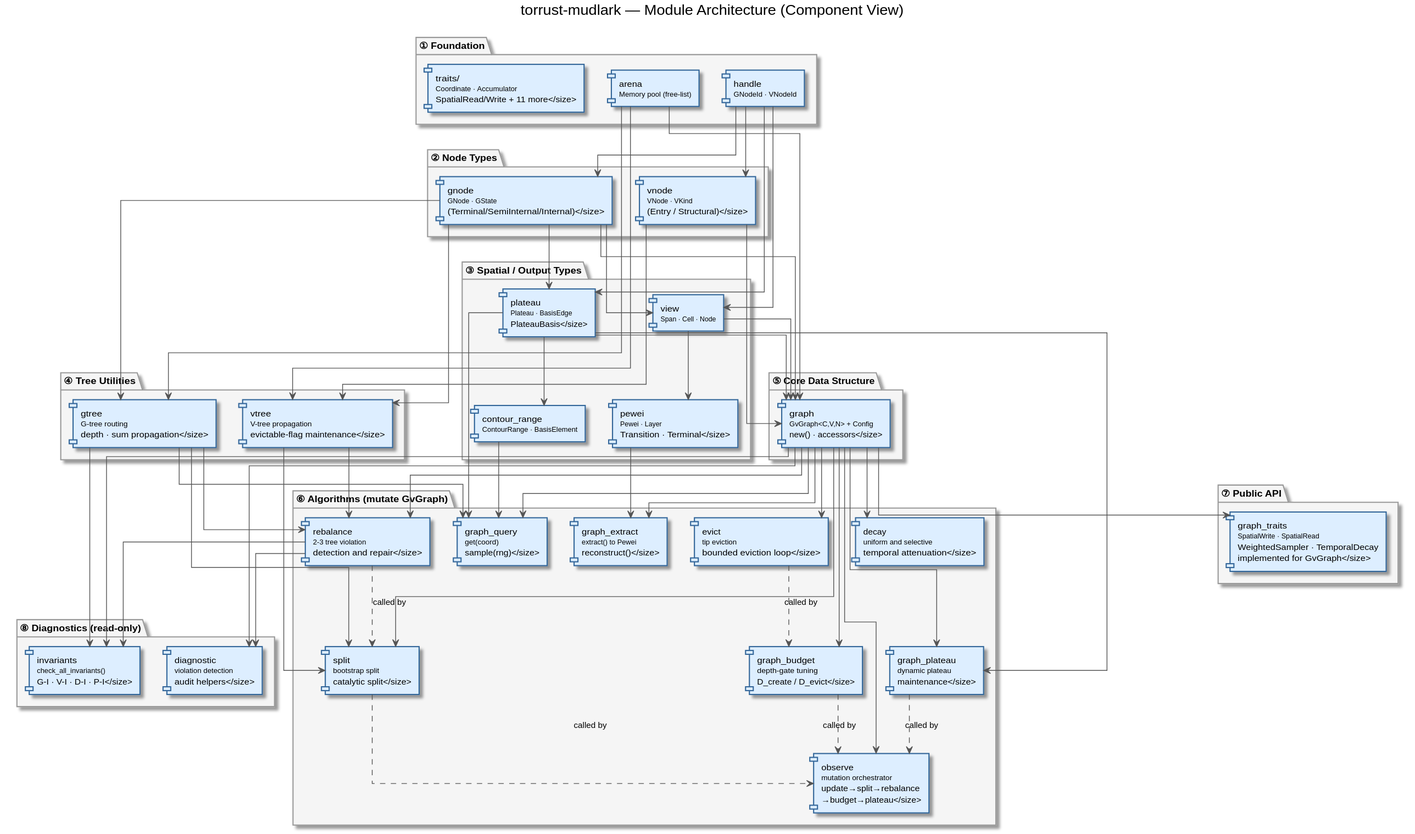
Before: docs/component-architecture.svg, a diagram exported from PlantUML (josecelano/torrust-index). The source it was exported from:
```plantuml
@startuml component-architecture
title torrust-mudlark — Module Architecture (Component View)

skinparam componentStyle rectangle
skinparam packageStyle rectangle
skinparam backgroundColor #FFFFFF
skinparam component {
    BackgroundColor #DDEEFF
    BorderColor #336699
    FontSize 11
}
skinparam package {
    BackgroundColor #F5F5F5
    BorderColor #999999
    FontSize 12
    FontStyle bold
}
skinparam arrow {
    Color #555555
    FontSize 10
}
skinparam linetype ortho

package "① Foundation" {
    [arena\n<size:9>Memory pool (free-list)</size>] as arena
    [handle\n<size:9>GNodeId · VNodeId</size>] as handle
    [traits/\n<size:9>Coordinate · Accumulator\nSpatialRead/Write + 11 more</size>] as traits
}

package "② Node Types" {
    [gnode\n<size:9>GNode · GState\n(Terminal/SemiInternal/Internal)</size>] as gnode
    [vnode\n<size:9>VNode · VKind\n(Entry / Structural)</size>] as vnode
}

package "③ Spatial / Output Types" {
    [view\n<size:9>Span · Cell · Node</size>] as view
    [plateau\n<size:9>Plateau · BasisEdge\nPlateauBasis</size>] as plateau
    [pewei\n<size:9>Pewei · Layer\nTransition · Terminal</size>] as pewei
    [contour_range\n<size:9>ContourRange · BasisElement</size>] as contour_range
}

package "④ Tree Utilities" {
    [gtree\n<size:9>G-tree routing\ndepth · sum propagation</size>] as gtree
    [vtree\n<size:9>V-tree propagation\nevictable-flag maintenance</size>] as vtree
}

package "⑤ Core Data Structure" {
    [graph\n<size:9>GvGraph<C,V,N> + Config\nnew() · accessors</size>] as graph
}

package "⑥ Algorithms  (mutate GvGraph)" {
    [observe\n<size:9>mutation orchestrator\nupdate→split→rebalance\n→budget→plateau</size>] as observe
    [split\n<size:9>bootstrap split\ncatalytic split</size>] as split
    [rebalance\n<size:9>2-3 tree violation\ndetection and repair</size>] as rebalance
    [evict\n<size:9>tip eviction\nbounded eviction loop</size>] as evict
    [decay\n<size:9>uniform and selective\ntemporal attenuation</size>] as decay
    [graph_budget\n<size:9>depth-gate tuning\nD_create / D_evict</size>] as graph_budget
    [graph_plateau\n<size:9>dynamic plateau\nmaintenance</size>] as graph_plateau
    [graph_query\n<size:9>get(coord)\nsample(rng)</size>] as graph_query
    [graph_extract\n<size:9>extract() to Pewei\nreconstruct()</size>] as graph_extract
}

package "⑦ Public API" {
    [graph_traits\n<size:9>SpatialWrite · SpatialRead\nWeightedSampler · TemporalDecay\nimplemented for GvGraph</size>] as graph_traits
}

package "⑧ Diagnostics  (read-only)" {
    [invariants\n<size:9>check_all_invariants()\nG-I · V-I · D-I · P-I</size>] as invariants
    [diagnostic\n<size:9>violation detection\naudit helpers</size>] as diagnostic
}


handle --> gnode
handle --> vnode

gnode --> view
gnode --> plateau
handle --> view
handle --> plateau
view --> pewei
plateau --> contour_range

arena --> gtree
arena --> vtree
gnode --> gtree
gnode --> vtree
vnode --> vtree

arena --> graph
gnode --> graph
vnode --> graph
plateau --> graph
view --> graph

graph --> observe
graph --> split
graph --> rebalance
graph --> evict
graph --> decay
graph --> graph_budget
graph --> graph_plateau
graph --> graph_query
graph --> graph_extract

gtree --> split
gtree --> rebalance
gtree --> graph_query
vtree --> split
vtree --> rebalance
contour_range --> graph_query
plateau --> graph_query
plateau --> graph_plateau
pewei --> graph_extract

rebalance ..> split : called by
split ..> observe : called by
evict ..> graph_budget : called by
graph_budget ..> observe : called by
graph_plateau ..> observe : called by

graph --> graph_traits
graph --> invariants
graph --> diagnostic
rebalance --> invariants
rebalance --> diagnostic
gtree --> invariants

@enduml
```
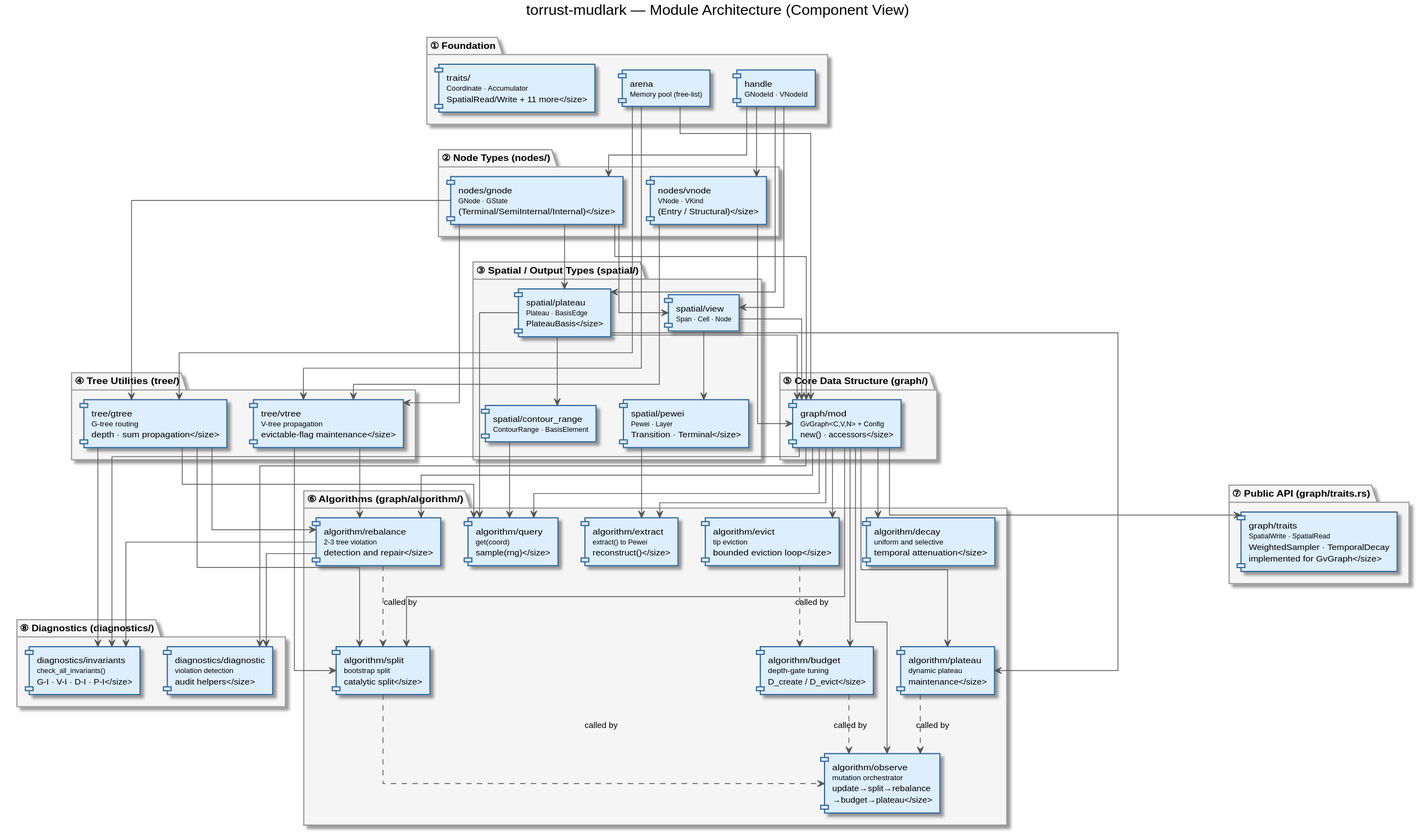
The same diagram one commit later.

Commit message:
docs: update component-architecture diagram for new module layout

The edit, as a diff of the source:
```diff
@@ -27,46 +27,46 @@
     [traits/\n<size:9>Coordinate · Accumulator\nSpatialRead/Write + 11 more</size>] as traits
 }
 
-package "② Node Types" {
-    [gnode\n<size:9>GNode · GState\n(Terminal/SemiInternal/Internal)</size>] as gnode
-    [vnode\n<size:9>VNode · VKind\n(Entry / Structural)</size>] as vnode
+package "② Node Types  (nodes/)" {
+    [nodes/gnode\n<size:9>GNode · GState\n(Terminal/SemiInternal/Internal)</size>] as gnode
+    [nodes/vnode\n<size:9>VNode · VKind\n(Entry / Structural)</size>] as vnode
 }
 
-package "③ Spatial / Output Types" {
-    [view\n<size:9>Span · Cell · Node</size>] as view
-    [plateau\n<size:9>Plateau · BasisEdge\nPlateauBasis</size>] as plateau
-    [pewei\n<size:9>Pewei · Layer\nTransition · Terminal</size>] as pewei
-    [contour_range\n<size:9>ContourRange · BasisElement</size>] as contour_range
+package "③ Spatial / Output Types  (spatial/)" {
+    [spatial/view\n<size:9>Span · Cell · Node</size>] as view
+    [spatial/plateau\n<size:9>Plateau · BasisEdge\nPlateauBasis</size>] as plateau
+    [spatial/pewei\n<size:9>Pewei · Layer\nTransition · Terminal</size>] as pewei
+    [spatial/contour_range\n<size:9>ContourRange · BasisElement</size>] as contour_range
 }
 
-package "④ Tree Utilities" {
-    [gtree\n<size:9>G-tree routing\ndepth · sum propagation</size>] as gtree
-    [vtree\n<size:9>V-tree propagation\nevictable-flag maintenance</size>] as vtree
+package "④ Tree Utilities  (tree/)" {
+    [tree/gtree\n<size:9>G-tree routing\ndepth · sum propagation</size>] as gtree
+    [tree/vtree\n<size:9>V-tree propagation\nevictable-flag maintenance</size>] as vtree
 }
 
-package "⑤ Core Data Structure" {
-    [graph\n<size:9>GvGraph<C,V,N> + Config\nnew() · accessors</size>] as graph
+package "⑤ Core Data Structure  (graph/)" {
+    [graph/mod\n<size:9>GvGraph<C,V,N> + Config\nnew() · accessors</size>] as graph
 }
 
-package "⑥ Algorithms  (mutate GvGraph)" {
-    [observe\n<size:9>mutation orchestrator\nupdate→split→rebalance\n→budget→plateau</size>] as observe
-    [split\n<size:9>bootstrap split\ncatalytic split</size>] as split
-    [rebalance\n<size:9>2-3 tree violation\ndetection and repair</size>] as rebalance
-    [evict\n<size:9>tip eviction\nbounded eviction loop</size>] as evict
-    [decay\n<size:9>uniform and selective\ntemporal attenuation</size>] as decay
-    [graph_budget\n<size:9>depth-gate tuning\nD_create / D_evict</size>] as graph_budget
-    [graph_plateau\n<size:9>dynamic plateau\nmaintenance</size>] as graph_plateau
-    [graph_query\n<size:9>get(coord)\nsample(rng)</size>] as graph_query
-    [graph_extract\n<size:9>extract() to Pewei\nreconstruct()</size>] as graph_extract
+package "⑥ Algorithms  (graph/algorithm/)" {
+    [algorithm/observe\n<size:9>mutation orchestrator\nupdate→split→rebalance\n→budget→plateau</size>] as observe
+    [algorithm/split\n<size:9>bootstrap split\ncatalytic split</size>] as split
+    [algorithm/rebalance\n<size:9>2-3 tree violation\ndetection and repair</size>] as rebalance
+    [algorithm/evict\n<size:9>tip eviction\nbounded eviction loop</size>] as evict
+    [algorithm/decay\n<size:9>uniform and selective\ntemporal attenuation</size>] as decay
+    [algorithm/budget\n<size:9>depth-gate tuning\nD_create / D_evict</size>] as graph_budget
+    [algorithm/plateau\n<size:9>dynamic plateau\nmaintenance</size>] as graph_plateau
+    [algorithm/query\n<size:9>get(coord)\nsample(rng)</size>] as graph_query
+    [algorithm/extract\n<size:9>extract() to Pewei\nreconstruct()</size>] as graph_extract
 }
 
-package "⑦ Public API" {
-    [graph_traits\n<size:9>SpatialWrite · SpatialRead\nWeightedSampler · TemporalDecay\nimplemented for GvGraph</size>] as graph_traits
+package "⑦ Public API  (graph/traits.rs)" {
+    [graph/traits\n<size:9>SpatialWrite · SpatialRead\nWeightedSampler · TemporalDecay\nimplemented for GvGraph</size>] as graph_traits
 }
 
-package "⑧ Diagnostics  (read-only)" {
-    [invariants\n<size:9>check_all_invariants()\nG-I · V-I · D-I · P-I</size>] as invariants
-    [diagnostic\n<size:9>violation detection\naudit helpers</size>] as diagnostic
+package "⑧ Diagnostics  (diagnostics/)" {
+    [diagnostics/invariants\n<size:9>check_all_invariants()\nG-I · V-I · D-I · P-I</size>] as invariants
+    [diagnostics/diagnostic\n<size:9>violation detection\naudit helpers</size>] as diagnostic
 }
 
 
```
